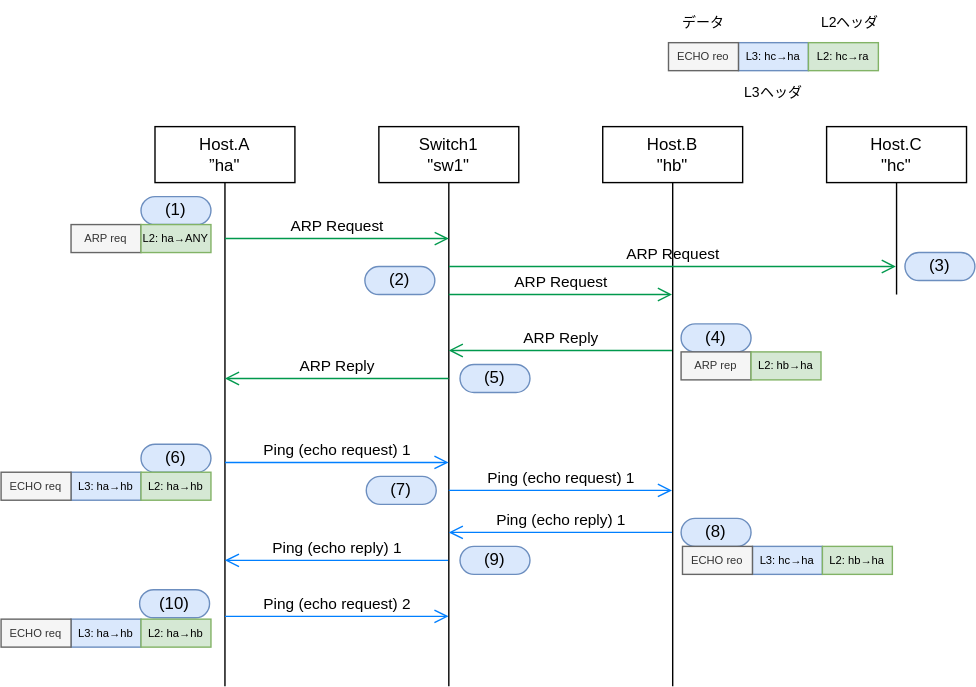
Before: exercise_docs/tutorial2/sequence.drawio.svg, a diagram exported from draw.io (infra-handson/network-training). Source tidied: cells renumbered, new cells last; positions are measured from the earlier drawing's top-left corner, leaving out a move shared by most shapes. Source of this version:
```xml
<mxGraphModel>
  <root>
    <mxCell id="0" />
    <mxCell id="1" parent="0" />
    <mxCell id="2" value="Host.A&lt;br&gt;”ha&quot;" style="shape=umlLifeline;perimeter=lifelinePerimeter;whiteSpace=wrap;html=1;outlineConnect=0;lifelineDashed=0;" parent="1" vertex="1">
      <mxGeometry x="110" y="90" width="100" height="400" as="geometry" />
    </mxCell>
    <mxCell id="3" value="(1)" style="rounded=1;whiteSpace=wrap;html=1;arcSize=50;fillColor=#dae8fc;strokeColor=#6c8ebf;" parent="2" vertex="1">
      <mxGeometry x="-10" y="50" width="50" height="20" as="geometry" />
    </mxCell>
    <mxCell id="4" value="ARP req" style="rounded=0;whiteSpace=wrap;html=1;fontSize=8;fillColor=#f5f5f5;strokeColor=#666666;fontColor=#333333;" parent="2" vertex="1">
      <mxGeometry x="-60" y="70" width="50" height="20" as="geometry" />
    </mxCell>
    <mxCell id="5" value="L2: ha→ANY" style="rounded=0;whiteSpace=wrap;html=1;fontSize=8;fillColor=#d5e8d4;strokeColor=#82b366;" parent="2" vertex="1">
      <mxGeometry x="-10" y="70" width="50" height="20" as="geometry" />
    </mxCell>
    <mxCell id="6" value="Ping (echo request) 2" style="endArrow=open;startArrow=none;endFill=0;startFill=0;endSize=8;html=1;verticalAlign=bottom;labelBackgroundColor=none;strokeWidth=1;strokeColor=#007FFF;" parent="2" edge="1">
      <mxGeometry relative="1" as="geometry">
        <mxPoint x="50" y="350" as="sourcePoint" />
        <mxPoint x="209.8" y="350" as="targetPoint" />
        <Array as="points">
          <mxPoint x="80.3" y="350" />
        </Array>
      </mxGeometry>
    </mxCell>
    <mxCell id="7" value="(10)" style="rounded=1;whiteSpace=wrap;html=1;arcSize=50;fillColor=#dae8fc;strokeColor=#6c8ebf;" parent="2" vertex="1">
      <mxGeometry x="-11" y="331" width="50" height="20" as="geometry" />
    </mxCell>
    <mxCell id="8" value="Switch1&lt;br&gt;&quot;sw1&quot;" style="shape=umlLifeline;perimeter=lifelinePerimeter;whiteSpace=wrap;html=1;outlineConnect=0;lifelineDashed=0;" parent="1" vertex="1">
      <mxGeometry x="270" y="90" width="100" height="400" as="geometry" />
    </mxCell>
    <mxCell id="9" value="ARP Reply" style="endArrow=open;startArrow=none;endFill=0;startFill=0;endSize=8;html=1;verticalAlign=bottom;labelBackgroundColor=none;strokeWidth=1;strokeColor=#00994D;" parent="8" edge="1">
      <mxGeometry relative="1" as="geometry">
        <mxPoint x="49.8" y="180" as="sourcePoint" />
        <mxPoint x="-110" y="180" as="targetPoint" />
        <Array as="points">
          <mxPoint x="-69.7" y="180" />
        </Array>
      </mxGeometry>
    </mxCell>
    <mxCell id="10" value="Ping (echo request) 1" style="endArrow=open;startArrow=none;endFill=0;startFill=0;endSize=8;html=1;verticalAlign=bottom;labelBackgroundColor=none;strokeWidth=1;strokeColor=#007FFF;" parent="8" edge="1">
      <mxGeometry relative="1" as="geometry">
        <mxPoint x="-110" y="240" as="sourcePoint" />
        <mxPoint x="49.8" y="240" as="targetPoint" />
        <Array as="points">
          <mxPoint x="-79.7" y="240" />
        </Array>
      </mxGeometry>
    </mxCell>
    <mxCell id="11" value="ARP Request" style="endArrow=open;startArrow=none;endFill=0;startFill=0;endSize=8;html=1;verticalAlign=bottom;labelBackgroundColor=none;strokeWidth=1;strokeColor=#00994D;" parent="8" edge="1">
      <mxGeometry relative="1" as="geometry">
        <mxPoint x="-110" y="80" as="sourcePoint" />
        <mxPoint x="50" y="80" as="targetPoint" />
      </mxGeometry>
    </mxCell>
    <mxCell id="12" value="(2)" style="rounded=1;whiteSpace=wrap;html=1;arcSize=50;fillColor=#dae8fc;strokeColor=#6c8ebf;" parent="8" vertex="1">
      <mxGeometry x="-10" y="100" width="50" height="20" as="geometry" />
    </mxCell>
    <mxCell id="13" value="Host.C&lt;br&gt;&quot;hc&quot;" style="shape=umlLifeline;perimeter=lifelinePerimeter;whiteSpace=wrap;html=1;outlineConnect=0;lifelineDashed=0;" parent="1" vertex="1">
      <mxGeometry x="590" y="90" width="100" height="120" as="geometry" />
    </mxCell>
    <mxCell id="14" value="Host.B&lt;br&gt;&quot;hb&quot;" style="shape=umlLifeline;perimeter=lifelinePerimeter;whiteSpace=wrap;html=1;outlineConnect=0;lifelineDashed=0;" parent="1" vertex="1">
      <mxGeometry x="430" y="90" width="100" height="400" as="geometry" />
    </mxCell>
    <mxCell id="15" value="ARP Request" style="endArrow=open;startArrow=none;endFill=0;startFill=0;endSize=8;html=1;verticalAlign=bottom;labelBackgroundColor=none;strokeWidth=1;strokeColor=#00994D;" parent="1" edge="1" source="8" target="14">
      <mxGeometry relative="1" as="geometry">
        <Array as="points">
          <mxPoint x="354.3" y="210" />
        </Array>
      </mxGeometry>
    </mxCell>
    <mxCell id="16" value="ARP Request" style="endArrow=open;startArrow=none;endFill=0;startFill=0;endSize=8;html=1;verticalAlign=bottom;labelBackgroundColor=none;strokeWidth=1;strokeColor=#00994D;" parent="1" edge="1" target="13">
      <mxGeometry relative="1" as="geometry">
        <mxPoint x="320.1" y="190" as="sourcePoint" />
        <Array as="points">
          <mxPoint x="360.4" y="190" />
        </Array>
      </mxGeometry>
    </mxCell>
    <mxCell id="17" value="ARP Reply" style="endArrow=open;startArrow=none;endFill=0;startFill=0;endSize=8;html=1;verticalAlign=bottom;labelBackgroundColor=none;strokeWidth=1;strokeColor=#00994D;" parent="1" edge="1" source="14" target="8">
      <mxGeometry x="-0.01" relative="1" as="geometry">
        <Array as="points">
          <mxPoint x="364.3" y="250" />
        </Array>
      </mxGeometry>
    </mxCell>
    <mxCell id="18" value="(3)" style="rounded=1;whiteSpace=wrap;html=1;arcSize=50;fillColor=#dae8fc;strokeColor=#6c8ebf;" parent="1" vertex="1">
      <mxGeometry x="646" y="180" width="50" height="20" as="geometry" />
    </mxCell>
    <mxCell id="19" value="(4)" style="rounded=1;whiteSpace=wrap;html=1;arcSize=50;fillColor=#dae8fc;strokeColor=#6c8ebf;" parent="1" vertex="1">
      <mxGeometry x="486" y="231" width="50" height="20" as="geometry" />
    </mxCell>
    <mxCell id="20" value="(5)" style="rounded=1;whiteSpace=wrap;html=1;arcSize=50;fillColor=#dae8fc;strokeColor=#6c8ebf;" parent="1" vertex="1">
      <mxGeometry x="328" y="260" width="50" height="20" as="geometry" />
    </mxCell>
    <mxCell id="21" value="(6)" style="rounded=1;whiteSpace=wrap;html=1;arcSize=50;fillColor=#dae8fc;strokeColor=#6c8ebf;" parent="1" vertex="1">
      <mxGeometry x="100" y="317" width="50" height="20" as="geometry" />
    </mxCell>
    <mxCell id="22" value="(7)" style="rounded=1;whiteSpace=wrap;html=1;arcSize=50;fillColor=#dae8fc;strokeColor=#6c8ebf;" parent="1" vertex="1">
      <mxGeometry x="261" y="340" width="50" height="20" as="geometry" />
    </mxCell>
    <mxCell id="23" value="(8)" style="rounded=1;whiteSpace=wrap;html=1;arcSize=50;fillColor=#dae8fc;strokeColor=#6c8ebf;" parent="1" vertex="1">
      <mxGeometry x="486" y="370" width="50" height="20" as="geometry" />
    </mxCell>
    <mxCell id="24" value="L3: ha→hb" style="rounded=0;whiteSpace=wrap;html=1;fontSize=8;fillColor=#dae8fc;strokeColor=#6c8ebf;" parent="1" vertex="1">
      <mxGeometry x="50" y="337" width="50" height="20" as="geometry" />
    </mxCell>
    <mxCell id="25" value="L2: ha→hb" style="rounded=0;whiteSpace=wrap;html=1;fontSize=8;fillColor=#d5e8d4;strokeColor=#82b366;" parent="1" vertex="1">
      <mxGeometry x="100" y="337" width="50" height="20" as="geometry" />
    </mxCell>
    <mxCell id="26" value="ECHO req" style="rounded=0;whiteSpace=wrap;html=1;fontSize=8;fillColor=#f5f5f5;strokeColor=#666666;fontColor=#333333;" parent="1" vertex="1">
      <mxGeometry y="337" width="50" height="20" as="geometry" />
    </mxCell>
    <mxCell id="27" value="ARP rep" style="rounded=0;whiteSpace=wrap;html=1;fontSize=8;fillColor=#f5f5f5;strokeColor=#666666;fontColor=#333333;" parent="1" vertex="1">
      <mxGeometry x="486" y="251" width="50" height="20" as="geometry" />
    </mxCell>
    <mxCell id="28" value="L2: hb→ha" style="rounded=0;whiteSpace=wrap;html=1;fontSize=8;fillColor=#d5e8d4;strokeColor=#82b366;" parent="1" vertex="1">
      <mxGeometry x="536" y="251" width="50" height="20" as="geometry" />
    </mxCell>
    <mxCell id="29" value="L3: hc→ha" style="rounded=0;whiteSpace=wrap;html=1;fontSize=8;fillColor=#dae8fc;strokeColor=#6c8ebf;" parent="1" vertex="1">
      <mxGeometry x="537" y="390" width="50" height="20" as="geometry" />
    </mxCell>
    <mxCell id="30" value="&lt;font&gt;L2: hb→ha&lt;/font&gt;" style="rounded=0;whiteSpace=wrap;html=1;fontSize=8;fillColor=#d5e8d4;strokeColor=#82b366;fontColor=#000000;" parent="1" vertex="1">
      <mxGeometry x="587" y="390" width="50" height="20" as="geometry" />
    </mxCell>
    <mxCell id="31" value="ECHO reo" style="rounded=0;whiteSpace=wrap;html=1;fontSize=8;fillColor=#f5f5f5;strokeColor=#666666;fontColor=#333333;" parent="1" vertex="1">
      <mxGeometry x="487" y="390" width="50" height="20" as="geometry" />
    </mxCell>
    <mxCell id="32" value="L3: hc→ha" style="rounded=0;whiteSpace=wrap;html=1;fontSize=8;fillColor=#dae8fc;strokeColor=#6c8ebf;" parent="1" vertex="1">
      <mxGeometry x="527" y="30" width="50" height="20" as="geometry" />
    </mxCell>
    <mxCell id="33" value="&lt;font&gt;L2: hc→ra&lt;/font&gt;" style="rounded=0;whiteSpace=wrap;html=1;fontSize=8;fillColor=#d5e8d4;strokeColor=#82b366;fontColor=#000000;" parent="1" vertex="1">
      <mxGeometry x="577" y="30" width="50" height="20" as="geometry" />
    </mxCell>
    <mxCell id="34" value="ECHO reo" style="rounded=0;whiteSpace=wrap;html=1;fontSize=8;fillColor=#f5f5f5;strokeColor=#666666;fontColor=#333333;" parent="1" vertex="1">
      <mxGeometry x="477" y="30" width="50" height="20" as="geometry" />
    </mxCell>
    <mxCell id="35" value="&lt;font size=&quot;1&quot;&gt;データ&lt;/font&gt;" style="text;html=1;strokeColor=none;fillColor=none;align=center;verticalAlign=middle;whiteSpace=wrap;rounded=0;fontSize=8;fontColor=#000000;" parent="1" vertex="1">
      <mxGeometry x="472" width="60" height="30" as="geometry" />
    </mxCell>
    <mxCell id="36" value="&lt;font size=&quot;1&quot;&gt;L3ヘッダ&lt;/font&gt;" style="text;html=1;strokeColor=none;fillColor=none;align=center;verticalAlign=middle;whiteSpace=wrap;rounded=0;fontSize=8;fontColor=#000000;" parent="1" vertex="1">
      <mxGeometry x="522" y="50" width="60" height="30" as="geometry" />
    </mxCell>
    <mxCell id="37" value="&lt;font size=&quot;1&quot;&gt;L2ヘッダ&lt;/font&gt;" style="text;html=1;strokeColor=none;fillColor=none;align=center;verticalAlign=middle;whiteSpace=wrap;rounded=0;fontSize=8;fontColor=#000000;" parent="1" vertex="1">
      <mxGeometry x="577" width="60" height="30" as="geometry" />
    </mxCell>
    <mxCell id="38" value="Ping (echo request) 1" style="endArrow=open;startArrow=none;endFill=0;startFill=0;endSize=8;html=1;verticalAlign=bottom;labelBackgroundColor=none;strokeWidth=1;strokeColor=#007FFF;" parent="1" edge="1" source="8" target="14">
      <mxGeometry relative="1" as="geometry">
        <Array as="points">
          <mxPoint x="350.3" y="350" />
        </Array>
      </mxGeometry>
    </mxCell>
    <mxCell id="39" value="Ping (echo reply) 1" style="endArrow=open;startArrow=none;endFill=0;startFill=0;endSize=8;html=1;verticalAlign=bottom;labelBackgroundColor=none;strokeWidth=1;strokeColor=#007FFF;" parent="1" edge="1" source="14" target="8">
      <mxGeometry relative="1" as="geometry">
        <Array as="points">
          <mxPoint x="430" y="380" />
        </Array>
      </mxGeometry>
    </mxCell>
    <mxCell id="40" value="Ping (echo reply) 1" style="endArrow=open;startArrow=none;endFill=0;startFill=0;endSize=8;html=1;verticalAlign=bottom;labelBackgroundColor=none;strokeWidth=1;strokeColor=#007FFF;" parent="1" edge="1" source="8" target="2">
      <mxGeometry relative="1" as="geometry">
        <Array as="points">
          <mxPoint x="260" y="400" />
        </Array>
      </mxGeometry>
    </mxCell>
    <mxCell id="41" value="(9)" style="rounded=1;whiteSpace=wrap;html=1;arcSize=50;fillColor=#dae8fc;strokeColor=#6c8ebf;" parent="1" vertex="1">
      <mxGeometry x="328" y="390" width="50" height="20" as="geometry" />
    </mxCell>
    <mxCell id="42" value="L3: ha→hb" style="rounded=0;whiteSpace=wrap;html=1;fontSize=8;fillColor=#dae8fc;strokeColor=#6c8ebf;" parent="1" vertex="1">
      <mxGeometry x="50" y="442" width="50" height="20" as="geometry" />
    </mxCell>
    <mxCell id="43" value="L2: ha→hb" style="rounded=0;whiteSpace=wrap;html=1;fontSize=8;fillColor=#d5e8d4;strokeColor=#82b366;" parent="1" vertex="1">
      <mxGeometry x="100" y="442" width="50" height="20" as="geometry" />
    </mxCell>
    <mxCell id="44" value="ECHO req" style="rounded=0;whiteSpace=wrap;html=1;fontSize=8;fillColor=#f5f5f5;strokeColor=#666666;fontColor=#333333;" parent="1" vertex="1">
      <mxGeometry y="442" width="50" height="20" as="geometry" />
    </mxCell>
  </root>
</mxGraphModel>
```
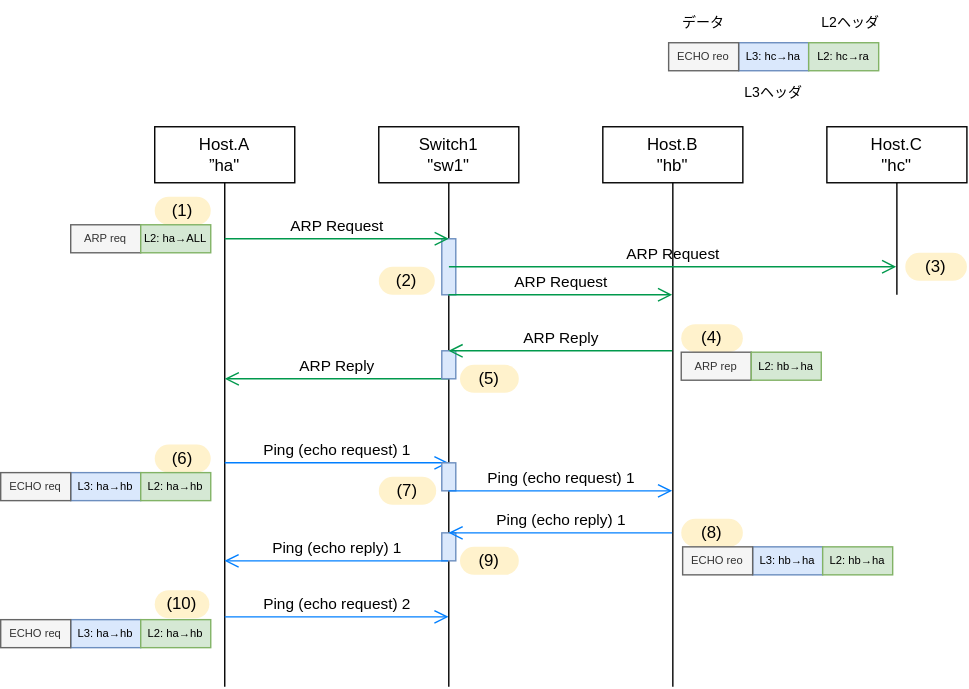
The same file after the commit.

The edit, as a diff of the source:
```diff
@@ -5,13 +5,13 @@
     <mxCell id="2" value="Host.A&lt;br&gt;”ha&quot;" style="shape=umlLifeline;perimeter=lifelinePerimeter;whiteSpace=wrap;html=1;outlineConnect=0;lifelineDashed=0;" parent="1" vertex="1">
       <mxGeometry x="110" y="90" width="100" height="400" as="geometry" />
     </mxCell>
-    <mxCell id="3" value="(1)" style="rounded=1;whiteSpace=wrap;html=1;arcSize=50;fillColor=#dae8fc;strokeColor=#6c8ebf;" parent="2" vertex="1">
-      <mxGeometry x="-10" y="50" width="50" height="20" as="geometry" />
+    <mxCell id="3" value="(1)" style="rounded=1;whiteSpace=wrap;html=1;arcSize=50;fillColor=#fff2cc;strokeColor=none;" parent="2" vertex="1">
+      <mxGeometry y="50" width="40" height="20" as="geometry" />
     </mxCell>
     <mxCell id="4" value="ARP req" style="rounded=0;whiteSpace=wrap;html=1;fontSize=8;fillColor=#f5f5f5;strokeColor=#666666;fontColor=#333333;" parent="2" vertex="1">
       <mxGeometry x="-60" y="70" width="50" height="20" as="geometry" />
     </mxCell>
-    <mxCell id="5" value="L2: ha→ANY" style="rounded=0;whiteSpace=wrap;html=1;fontSize=8;fillColor=#d5e8d4;strokeColor=#82b366;" parent="2" vertex="1">
+    <mxCell id="5" value="L2: ha→ALL" style="rounded=0;whiteSpace=wrap;html=1;fontSize=8;fillColor=#d5e8d4;strokeColor=#82b366;" parent="2" vertex="1">
       <mxGeometry x="-10" y="70" width="50" height="20" as="geometry" />
     </mxCell>
     <mxCell id="6" value="Ping (echo request) 2" style="endArrow=open;startArrow=none;endFill=0;startFill=0;endSize=8;html=1;verticalAlign=bottom;labelBackgroundColor=none;strokeWidth=1;strokeColor=#007FFF;" parent="2" edge="1">
@@ -23,8 +23,8 @@
         </Array>
       </mxGeometry>
     </mxCell>
-    <mxCell id="7" value="(10)" style="rounded=1;whiteSpace=wrap;html=1;arcSize=50;fillColor=#dae8fc;strokeColor=#6c8ebf;" parent="2" vertex="1">
-      <mxGeometry x="-11" y="331" width="50" height="20" as="geometry" />
+    <mxCell id="7" value="(10)" style="rounded=1;whiteSpace=wrap;html=1;arcSize=50;fillColor=#fff2cc;strokeColor=none;" parent="2" vertex="1">
+      <mxGeometry y="331" width="39" height="20" as="geometry" />
     </mxCell>
     <mxCell id="8" value="Switch1&lt;br&gt;&quot;sw1&quot;" style="shape=umlLifeline;perimeter=lifelinePerimeter;whiteSpace=wrap;html=1;outlineConnect=0;lifelineDashed=0;" parent="1" vertex="1">
       <mxGeometry x="270" y="90" width="100" height="400" as="geometry" />
@@ -47,15 +47,27 @@
         </Array>
       </mxGeometry>
     </mxCell>
+    <mxCell id="12" value="(2)" style="rounded=1;whiteSpace=wrap;html=1;arcSize=50;fillColor=#fff2cc;strokeColor=none;" parent="8" vertex="1">
+      <mxGeometry y="100" width="40" height="20" as="geometry" />
+    </mxCell>
+    <mxCell id="45" style="html=1;perimeter=orthogonalPerimeter;fillColor=#dae8fc;strokeColor=#6c8ebf;" parent="8" vertex="1">
+      <mxGeometry x="45" y="80" width="10" height="40" as="geometry" />
+    </mxCell>
+    <mxCell id="46" style="html=1;perimeter=orthogonalPerimeter;fillColor=#dae8fc;strokeColor=#6c8ebf;" parent="8" vertex="1">
+      <mxGeometry x="45" y="160" width="10" height="20" as="geometry" />
+    </mxCell>
+    <mxCell id="47" style="html=1;perimeter=orthogonalPerimeter;fillColor=#dae8fc;strokeColor=#6c8ebf;" parent="8" vertex="1">
+      <mxGeometry x="45" y="240" width="10" height="20" as="geometry" />
+    </mxCell>
+    <mxCell id="48" style="html=1;perimeter=orthogonalPerimeter;fillColor=#dae8fc;strokeColor=#6c8ebf;" parent="8" vertex="1">
+      <mxGeometry x="45" y="290" width="10" height="20" as="geometry" />
+    </mxCell>
     <mxCell id="11" value="ARP Request" style="endArrow=open;startArrow=none;endFill=0;startFill=0;endSize=8;html=1;verticalAlign=bottom;labelBackgroundColor=none;strokeWidth=1;strokeColor=#00994D;" parent="8" edge="1">
       <mxGeometry relative="1" as="geometry">
         <mxPoint x="-110" y="80" as="sourcePoint" />
         <mxPoint x="50" y="80" as="targetPoint" />
       </mxGeometry>
     </mxCell>
-    <mxCell id="12" value="(2)" style="rounded=1;whiteSpace=wrap;html=1;arcSize=50;fillColor=#dae8fc;strokeColor=#6c8ebf;" parent="8" vertex="1">
-      <mxGeometry x="-10" y="100" width="50" height="20" as="geometry" />
-    </mxCell>
     <mxCell id="13" value="Host.C&lt;br&gt;&quot;hc&quot;" style="shape=umlLifeline;perimeter=lifelinePerimeter;whiteSpace=wrap;html=1;outlineConnect=0;lifelineDashed=0;" parent="1" vertex="1">
       <mxGeometry x="590" y="90" width="100" height="120" as="geometry" />
     </mxCell>
@@ -84,23 +96,23 @@
         </Array>
       </mxGeometry>
     </mxCell>
-    <mxCell id="18" value="(3)" style="rounded=1;whiteSpace=wrap;html=1;arcSize=50;fillColor=#dae8fc;strokeColor=#6c8ebf;" parent="1" vertex="1">
-      <mxGeometry x="646" y="180" width="50" height="20" as="geometry" />
+    <mxCell id="18" value="(3)" style="rounded=1;whiteSpace=wrap;html=1;arcSize=50;fillColor=#fff2cc;strokeColor=none;" parent="1" vertex="1">
+      <mxGeometry x="646" y="180" width="44" height="20" as="geometry" />
     </mxCell>
-    <mxCell id="19" value="(4)" style="rounded=1;whiteSpace=wrap;html=1;arcSize=50;fillColor=#dae8fc;strokeColor=#6c8ebf;" parent="1" vertex="1">
-      <mxGeometry x="486" y="231" width="50" height="20" as="geometry" />
+    <mxCell id="19" value="(4)" style="rounded=1;whiteSpace=wrap;html=1;arcSize=50;fillColor=#fff2cc;strokeColor=none;" parent="1" vertex="1">
+      <mxGeometry x="486" y="231" width="44" height="20" as="geometry" />
     </mxCell>
-    <mxCell id="20" value="(5)" style="rounded=1;whiteSpace=wrap;html=1;arcSize=50;fillColor=#dae8fc;strokeColor=#6c8ebf;" parent="1" vertex="1">
-      <mxGeometry x="328" y="260" width="50" height="20" as="geometry" />
+    <mxCell id="20" value="(5)" style="rounded=1;whiteSpace=wrap;html=1;arcSize=50;fillColor=#fff2cc;strokeColor=none;" parent="1" vertex="1">
+      <mxGeometry x="328" y="260" width="42" height="20" as="geometry" />
     </mxCell>
-    <mxCell id="21" value="(6)" style="rounded=1;whiteSpace=wrap;html=1;arcSize=50;fillColor=#dae8fc;strokeColor=#6c8ebf;" parent="1" vertex="1">
-      <mxGeometry x="100" y="317" width="50" height="20" as="geometry" />
+    <mxCell id="21" value="(6)" style="rounded=1;whiteSpace=wrap;html=1;arcSize=50;fillColor=#fff2cc;strokeColor=none;" parent="1" vertex="1">
+      <mxGeometry x="110" y="317" width="40" height="20" as="geometry" />
     </mxCell>
-    <mxCell id="22" value="(7)" style="rounded=1;whiteSpace=wrap;html=1;arcSize=50;fillColor=#dae8fc;strokeColor=#6c8ebf;" parent="1" vertex="1">
-      <mxGeometry x="261" y="340" width="50" height="20" as="geometry" />
+    <mxCell id="22" value="(7)" style="rounded=1;whiteSpace=wrap;html=1;arcSize=50;fillColor=#fff2cc;strokeColor=none;" parent="1" vertex="1">
+      <mxGeometry x="270" y="340" width="41" height="20" as="geometry" />
     </mxCell>
-    <mxCell id="23" value="(8)" style="rounded=1;whiteSpace=wrap;html=1;arcSize=50;fillColor=#dae8fc;strokeColor=#6c8ebf;" parent="1" vertex="1">
-      <mxGeometry x="486" y="370" width="50" height="20" as="geometry" />
+    <mxCell id="23" value="(8)" style="rounded=1;whiteSpace=wrap;html=1;arcSize=50;fillColor=#fff2cc;strokeColor=none;" parent="1" vertex="1">
+      <mxGeometry x="486" y="370" width="44" height="20" as="geometry" />
     </mxCell>
     <mxCell id="24" value="L3: ha→hb" style="rounded=0;whiteSpace=wrap;html=1;fontSize=8;fillColor=#dae8fc;strokeColor=#6c8ebf;" parent="1" vertex="1">
       <mxGeometry x="50" y="337" width="50" height="20" as="geometry" />
@@ -117,7 +129,7 @@
     <mxCell id="28" value="L2: hb→ha" style="rounded=0;whiteSpace=wrap;html=1;fontSize=8;fillColor=#d5e8d4;strokeColor=#82b366;" parent="1" vertex="1">
       <mxGeometry x="536" y="251" width="50" height="20" as="geometry" />
     </mxCell>
-    <mxCell id="29" value="L3: hc→ha" style="rounded=0;whiteSpace=wrap;html=1;fontSize=8;fillColor=#dae8fc;strokeColor=#6c8ebf;" parent="1" vertex="1">
+    <mxCell id="29" value="L3: hb→ha" style="rounded=0;whiteSpace=wrap;html=1;fontSize=8;fillColor=#dae8fc;strokeColor=#6c8ebf;" parent="1" vertex="1">
       <mxGeometry x="537" y="390" width="50" height="20" as="geometry" />
     </mxCell>
     <mxCell id="30" value="&lt;font&gt;L2: hb→ha&lt;/font&gt;" style="rounded=0;whiteSpace=wrap;html=1;fontSize=8;fillColor=#d5e8d4;strokeColor=#82b366;fontColor=#000000;" parent="1" vertex="1">
@@ -165,8 +177,8 @@
         </Array>
       </mxGeometry>
     </mxCell>
-    <mxCell id="41" value="(9)" style="rounded=1;whiteSpace=wrap;html=1;arcSize=50;fillColor=#dae8fc;strokeColor=#6c8ebf;" parent="1" vertex="1">
-      <mxGeometry x="328" y="390" width="50" height="20" as="geometry" />
+    <mxCell id="41" value="(9)" style="rounded=1;whiteSpace=wrap;html=1;arcSize=50;fillColor=#fff2cc;strokeColor=none;" parent="1" vertex="1">
+      <mxGeometry x="328" y="390" width="42" height="20" as="geometry" />
     </mxCell>
     <mxCell id="42" value="L3: ha→hb" style="rounded=0;whiteSpace=wrap;html=1;fontSize=8;fillColor=#dae8fc;strokeColor=#6c8ebf;" parent="1" vertex="1">
       <mxGeometry x="50" y="442" width="50" height="20" as="geometry" />
```
